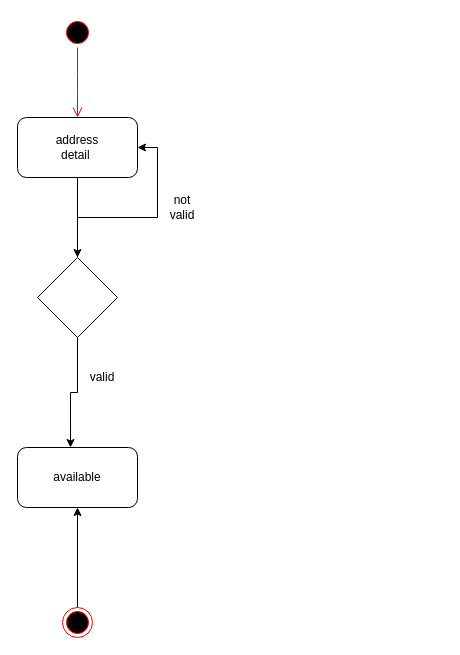
Earlier version of the draw.io diagram activity2.drawio (yashjt/hello-world). Source tidied: cells renumbered, new cells numbered last; positions are measured from the earlier drawing's top-left corner, leaving out a move shared by most shapes. Both pictures are drawn from the tidied source at 100%, with x=0, y=0 at pixel (17, 17).
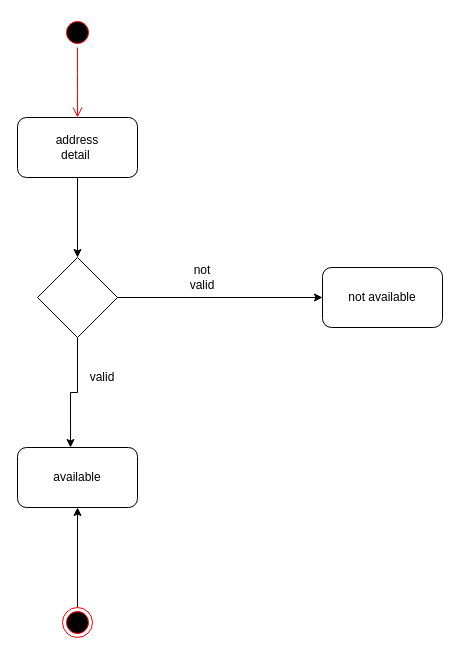
Above is the later version.

The edit, as a diff of the source:
```diff
@@
 <mxGraphModel>
   <root>
     <mxCell id="0" />
     <mxCell id="1" parent="0" />
     <mxCell id="2" style="ellipse;html=1;shape=startState;fillColor=#000000;strokeColor=#ff0000;" parent="1" vertex="1">
       <mxGeometry x="45" width="30" height="30" as="geometry" />
     </mxCell>
     <mxCell id="3" style="edgeStyle=orthogonalEdgeStyle;html=1;verticalAlign=bottom;endArrow=open;endSize=8;strokeColor=#ff0000;" parent="1" edge="1" source="2">
       <mxGeometry relative="1" as="geometry">
         <mxPoint x="60" y="100" as="targetPoint" />
       </mxGeometry>
     </mxCell>
     <mxCell id="4" style="edgeStyle=orthogonalEdgeStyle;rounded=0;jettySize=auto;html=1;entryX=0.5;entryY=0;entryDx=0;entryDy=0;" parent="1" edge="1" source="5" target="8">
       <mxGeometry relative="1" as="geometry" />
     </mxCell>
     <mxCell id="5" value="&lt;div&gt;address&lt;/div&gt;&lt;div&gt;&lt;span style=&quot;white-space: pre&quot;&gt;detail &lt;/span&gt;&lt;/div&gt;" style="rounded=1;whiteSpace=wrap;html=1;" parent="1" vertex="1">
       <mxGeometry y="100" width="120" height="60" as="geometry" />
     </mxCell>
     <mxCell id="6" style="edgeStyle=orthogonalEdgeStyle;rounded=0;jettySize=auto;html=1;entryX=0.442;entryY=0;entryDx=0;entryDy=0;entryPerimeter=0;" parent="1" edge="1" source="8" target="9">
       <mxGeometry relative="1" as="geometry" />
     </mxCell>
-    <mxCell id="7" style="edgeStyle=orthogonalEdgeStyle;rounded=0;jettySize=auto;html=1;entryX=1;entryY=0.5;entryDx=0;entryDy=0;" parent="1" edge="1" source="8" target="5">
-      <mxGeometry relative="1" as="geometry" />
-    </mxCell>
+    <mxCell id="14" style="edgeStyle=orthogonalEdgeStyle;rounded=0;jettySize=auto;html=1;entryX=0;entryY=0.5;entryDx=0;entryDy=0;" parent="1" edge="1" source="8" target="15">
+      <mxGeometry relative="1" as="geometry" />
+    </mxCell>
     <mxCell id="8" style="rhombus;whiteSpace=wrap;html=1;" parent="1" vertex="1">
       <mxGeometry x="20" y="240" width="80" height="80" as="geometry" />
     </mxCell>
     <mxCell id="9" value="available" style="rounded=1;whiteSpace=wrap;html=1;" parent="1" vertex="1">
       <mxGeometry y="430" width="120" height="60" as="geometry" />
     </mxCell>
     <mxCell id="10" value="not valid" style="text;html=1;strokeColor=none;fillColor=none;align=center;verticalAlign=middle;whiteSpace=wrap;rounded=0;" parent="1" vertex="1">
-      <mxGeometry x="145" y="180" width="40" height="20" as="geometry" />
+      <mxGeometry x="165" y="250" width="40" height="20" as="geometry" />
     </mxCell>
     <mxCell id="11" value="valid" style="text;html=1;strokeColor=none;fillColor=none;align=center;verticalAlign=middle;whiteSpace=wrap;rounded=0;" parent="1" vertex="1">
       <mxGeometry x="65" y="350" width="40" height="20" as="geometry" />
     </mxCell>
     <mxCell id="12" style="edgeStyle=orthogonalEdgeStyle;rounded=0;jettySize=auto;html=1;entryX=0.5;entryY=1;entryDx=0;entryDy=0;" parent="1" edge="1" source="13" target="9">
       <mxGeometry relative="1" as="geometry" />
     </mxCell>
     <mxCell id="13" style="ellipse;html=1;shape=endState;fillColor=#000000;strokeColor=#ff0000;" parent="1" vertex="1">
       <mxGeometry x="45" y="590" width="30" height="30" as="geometry" />
     </mxCell>
+    <mxCell id="15" value="not available " style="rounded=1;whiteSpace=wrap;html=1;" parent="1" vertex="1">
+      <mxGeometry x="305" y="250" width="120" height="60" as="geometry" />
+    </mxCell>
   </root>
 </mxGraphModel>
```
